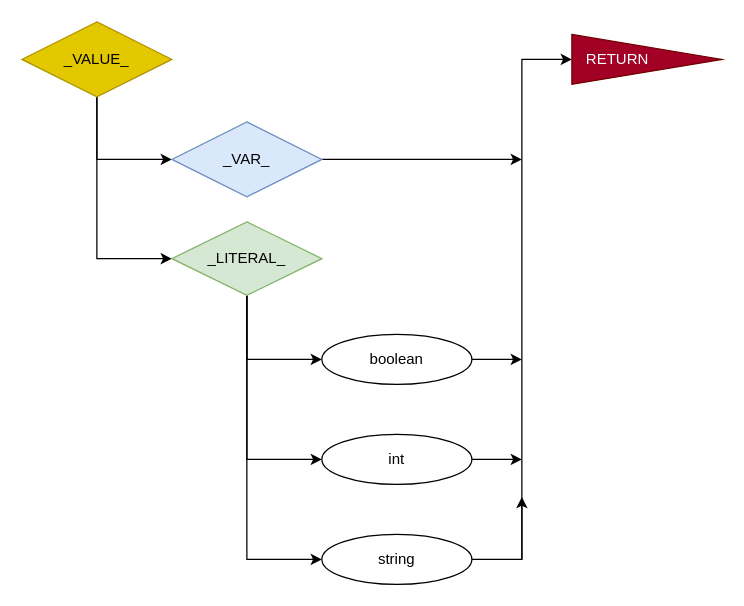
ZacharyYGateley/Compiler keeps this draw.io diagram as page "_VALUE_" (6 of 8) of README/Grammar.drawio. Above is the earlier version. Source tidied: cells renumbered, new cells numbered last; positions are measured from the earlier drawing's top-left corner, leaving out a move shared by most shapes. Both pictures are drawn from the tidied source at 125%, with x=0, y=0 at pixel (21, 21).
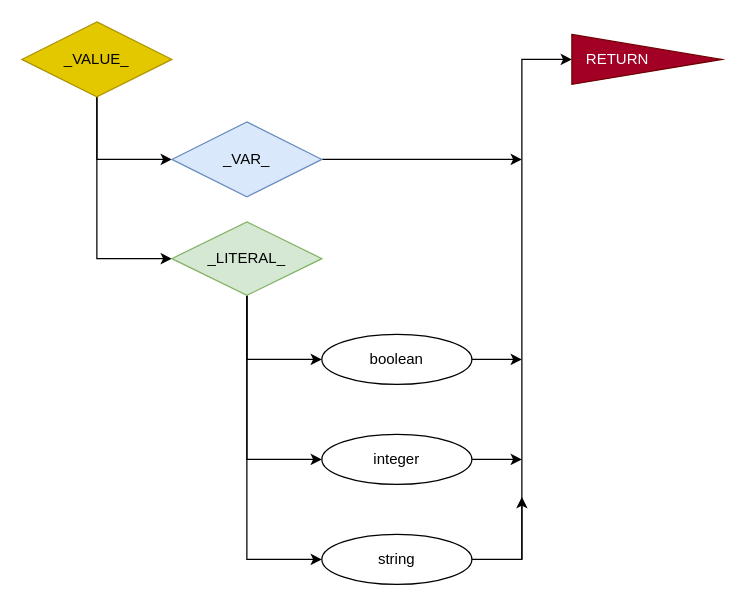
Above is the later version.

Change to the diagram source:
```diff
@@
-    <mxCell id="12" value="int" style="ellipse;whiteSpace=wrap;html=1;" parent="1" vertex="1">
+    <mxCell id="12" value="integer" style="ellipse;whiteSpace=wrap;html=1;" parent="1" vertex="1">
       <mxGeometry x="240" y="330" width="120" height="40" as="geometry" />
     </mxCell>
```
